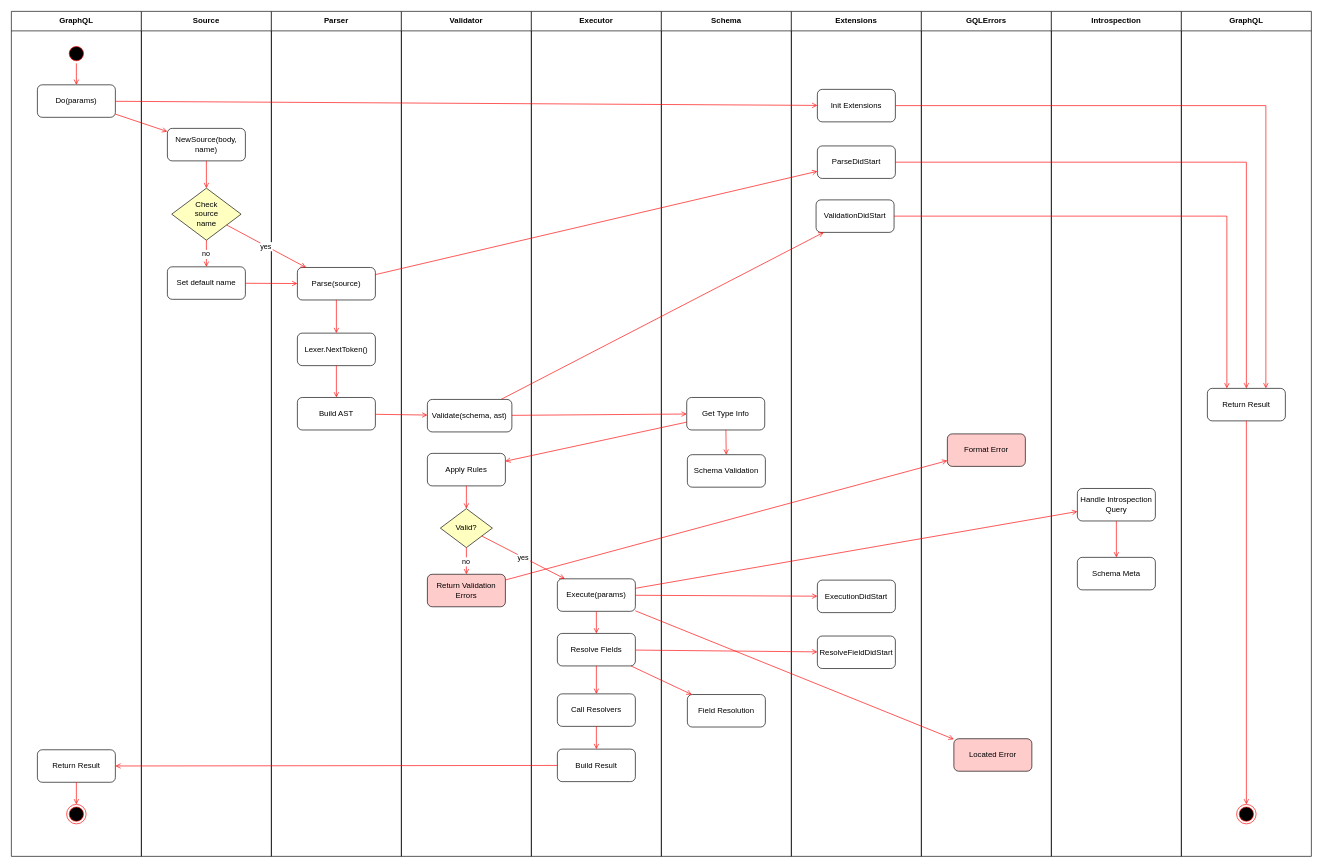
The draw.io diagram architecture/uml/activity/graphql-graphql-go-architecture-activity.drawio in chris-ramon/thesis-graphql-go, before the edit. Source tidied: cells renumbered, new cells numbered last; positions are measured from the earlier drawing's top-left corner, leaving out a move shared by most shapes. Both pictures are drawn from the tidied source at 65%, with x=0, y=0 at pixel (11, 11).
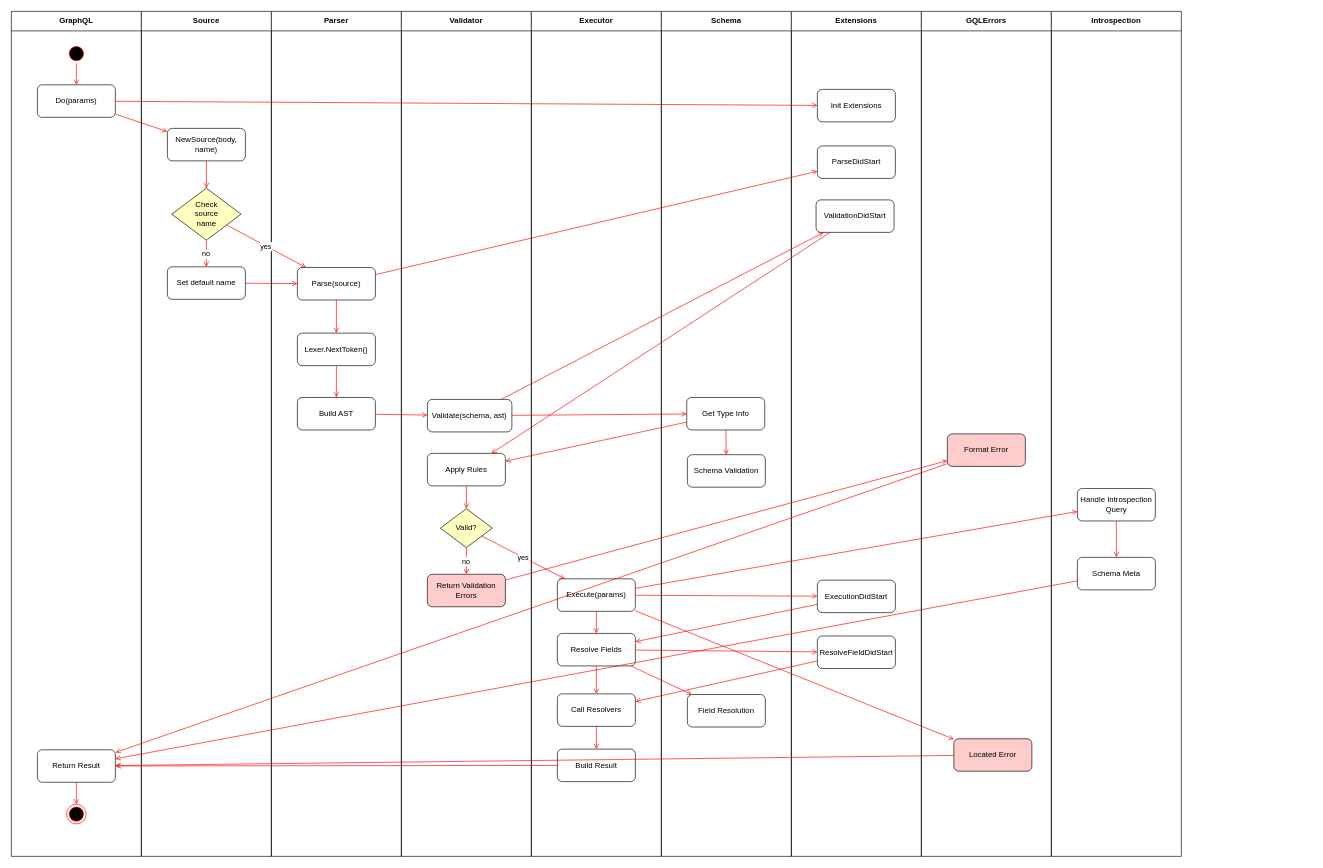
The same page after the edit.

Commit message:
Complete UML activity diagram connections

Unchanged cells that the change refers to:
```xml
<mxCell id="5" value="Return Result" style="rounded=1;whiteSpace=wrap;html=1;" parent="2" vertex="1">
  <mxGeometry x="40" y="1136" width="120" height="50" as="geometry" />
</mxCell>
<mxCell id="17" value="Apply Rules" style="rounded=1;whiteSpace=wrap;html=1;" parent="15" vertex="1">
  <mxGeometry x="40" y="680" width="120" height="50" as="geometry" />
</mxCell>
<mxCell id="22" value="Resolve Fields" style="rounded=1;whiteSpace=wrap;html=1;" parent="20" vertex="1">
  <mxGeometry x="40" y="957" width="120" height="50" as="geometry" />
</mxCell>
<mxCell id="23" value="Call Resolvers" style="rounded=1;whiteSpace=wrap;html=1;" parent="20" vertex="1">
  <mxGeometry x="40" y="1050" width="120" height="50" as="geometry" />
</mxCell>
<mxCell id="30" value="Init Extensions" style="rounded=1;whiteSpace=wrap;html=1;" parent="29" vertex="1">
  <mxGeometry x="40" y="120" width="120" height="50" as="geometry" />
</mxCell>
<mxCell id="31" value="ParseDidStart" style="rounded=1;whiteSpace=wrap;html=1;" parent="29" vertex="1">
  <mxGeometry x="40" y="207" width="120" height="50" as="geometry" />
</mxCell>
<mxCell id="32" value="ValidationDidStart" style="rounded=1;whiteSpace=wrap;html=1;" parent="29" vertex="1">
  <mxGeometry x="38" y="290" width="120" height="50" as="geometry" />
</mxCell>
<mxCell id="33" value="ExecutionDidStart" style="rounded=1;whiteSpace=wrap;html=1;" parent="29" vertex="1">
  <mxGeometry x="40" y="875" width="120" height="50" as="geometry" />
</mxCell>
<mxCell id="34" value="ResolveFieldDidStart" style="rounded=1;whiteSpace=wrap;html=1;" parent="29" vertex="1">
  <mxGeometry x="40" y="961" width="120" height="50" as="geometry" />
</mxCell>
<mxCell id="36" value="Format Error" style="rounded=1;whiteSpace=wrap;html=1;fillColor=#ffcccc;" parent="35" vertex="1">
  <mxGeometry x="40" y="650" width="120" height="50" as="geometry" />
</mxCell>
<mxCell id="37" value="Located Error" style="rounded=1;whiteSpace=wrap;html=1;fillColor=#ffcccc;" parent="35" vertex="1">
  <mxGeometry x="50" y="1119" width="120" height="50" as="geometry" />
</mxCell>
<mxCell id="40" value="Schema Meta" style="rounded=1;whiteSpace=wrap;html=1;" parent="38" vertex="1">
  <mxGeometry x="40" y="840" width="120" height="50" as="geometry" />
</mxCell>
```

What changed in the source:
```diff
@@
-    <mxCell id="71" value="GraphQL" style="swimlane;whiteSpace=wrap;startSize=30;" parent="1" vertex="1">
-      <mxGeometry x="1800" width="200" height="1300" as="geometry" />
-    </mxCell>
-    <mxCell id="72" value="Return Result" style="rounded=1;whiteSpace=wrap;html=1;" parent="71" vertex="1">
-      <mxGeometry x="40" y="580" width="120" height="50" as="geometry" />
-    </mxCell>
-    <mxCell id="73" style="ellipse;shape=endState;fillColor=#000000;strokeColor=#ff0000;" parent="71" vertex="1">
-      <mxGeometry x="85" y="1220" width="30" height="30" as="geometry" />
-    </mxCell>
-    <mxCell id="74" style="endArrow=open;strokeColor=#FF0000;endFill=1;rounded=0;exitX=0.5;exitY=1;exitDx=0;exitDy=0;entryX=0.5;entryY=0;entryDx=0;entryDy=0;" parent="71" edge="1" source="72" target="73">
-      <mxGeometry relative="1" as="geometry" />
-    </mxCell>
-    <mxCell id="75" style="edgeStyle=orthogonalEdgeStyle;rounded=0;jettySize=auto;html=1;strokeColor=#FF0000;endArrow=open;endFill=0;entryX=0.75;entryY=0;entryDx=0;entryDy=0;" parent="1" edge="1" source="30" target="72">
-      <mxGeometry relative="1" as="geometry" />
-    </mxCell>
-    <mxCell id="76" style="edgeStyle=orthogonalEdgeStyle;rounded=0;jettySize=auto;html=1;strokeColor=#FF0000;endArrow=open;endFill=0;entryX=0.5;entryY=0;entryDx=0;entryDy=0;exitX=1;exitY=0.5;exitDx=0;exitDy=0;" parent="1" edge="1" source="31" target="72">
-      <mxGeometry relative="1" as="geometry" />
-    </mxCell>
-    <mxCell id="77" style="edgeStyle=orthogonalEdgeStyle;rounded=0;jettySize=auto;html=1;strokeColor=#FF0000;endArrow=open;endFill=0;exitX=1;exitY=0.5;exitDx=0;exitDy=0;entryX=0.25;entryY=0;entryDx=0;entryDy=0;" parent="1" edge="1" source="32" target="72">
-      <mxGeometry relative="1" as="geometry" />
-    </mxCell>
+    <mxCell id="78" style="endArrow=open;strokeColor=#FF0000;endFill=1;rounded=0;" parent="1" edge="1" source="36" target="5">
+      <mxGeometry relative="1" as="geometry" />
+    </mxCell>
+    <mxCell id="79" style="endArrow=open;strokeColor=#FF0000;endFill=1;rounded=0;" parent="1" edge="1" source="37" target="5">
+      <mxGeometry relative="1" as="geometry" />
+    </mxCell>
+    <mxCell id="80" style="endArrow=open;strokeColor=#FF0000;endFill=1;rounded=0;" parent="1" edge="1" source="40" target="5">
+      <mxGeometry relative="1" as="geometry" />
+    </mxCell>
+    <mxCell id="81" style="endArrow=open;strokeColor=#FF0000;endFill=1;rounded=0;" parent="1" edge="1" source="32" target="17">
+      <mxGeometry relative="1" as="geometry" />
+    </mxCell>
+    <mxCell id="82" style="endArrow=open;strokeColor=#FF0000;endFill=1;rounded=0;" parent="1" edge="1" source="33" target="22">
+      <mxGeometry relative="1" as="geometry" />
+    </mxCell>
+    <mxCell id="83" style="endArrow=open;strokeColor=#FF0000;endFill=1;rounded=0;" parent="1" edge="1" source="34" target="23">
+      <mxGeometry relative="1" as="geometry" />
+    </mxCell>
```
